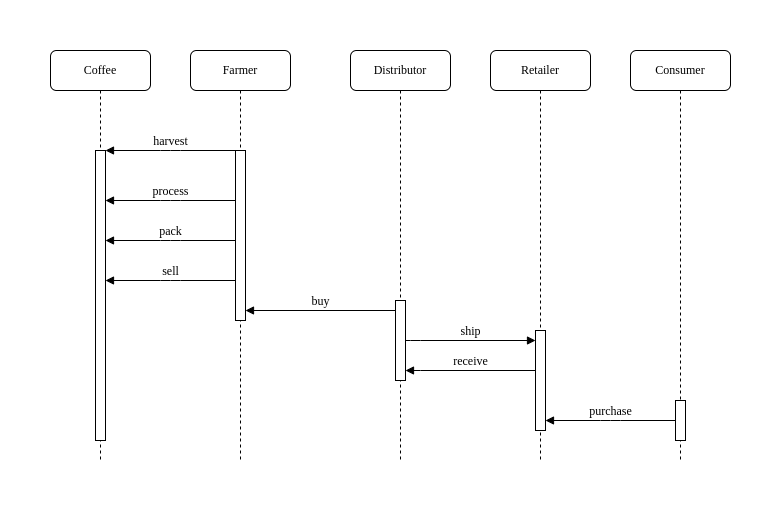
The draw.io diagram diagrams/Sequence Diagram.png in Symyon/supply-chain-dapp, before a commit. Source tidied: cells renumbered, new cells last; positions are measured from the earlier drawing's top-left corner, leaving out a move shared by most shapes.
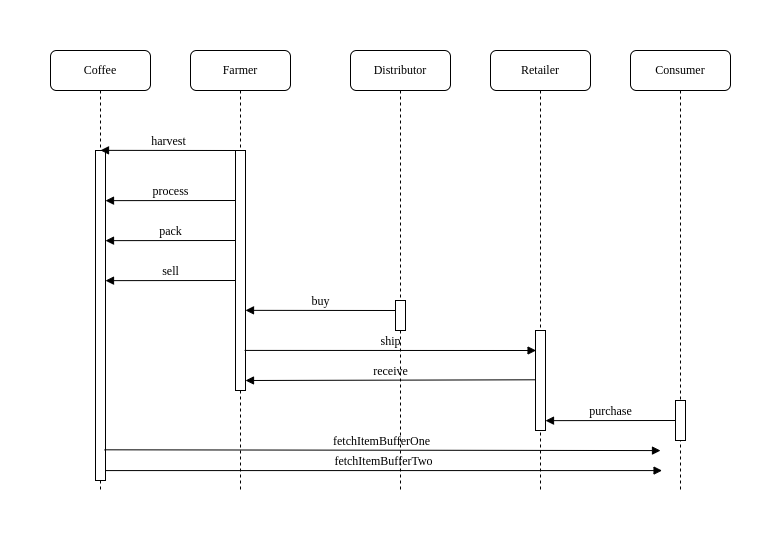
Later version of the same file.

Commit message:
fixed imports, modified squence diagram

What changed in the source:
```diff
@@ -3,10 +3,10 @@
     <mxCell id="0" />
     <mxCell id="1" parent="0" />
     <mxCell id="2" value="Farmer" style="shape=umlLifeline;perimeter=lifelinePerimeter;whiteSpace=wrap;html=1;rounded=1;shadow=0;comic=0;labelBackgroundColor=none;strokeWidth=1;fontFamily=Verdana;fontSize=12;align=center;" parent="1" vertex="1">
-      <mxGeometry x="140" width="100" height="410" as="geometry" />
+      <mxGeometry x="140" width="100" height="440" as="geometry" />
     </mxCell>
     <mxCell id="3" style="html=1;points=[];perimeter=orthogonalPerimeter;rounded=0;shadow=0;comic=0;labelBackgroundColor=none;strokeWidth=1;fontFamily=Verdana;fontSize=12;align=center;" parent="2" vertex="1">
-      <mxGeometry x="45" y="100" width="10" height="170" as="geometry" />
+      <mxGeometry x="45" y="100" width="10" height="240" as="geometry" />
     </mxCell>
     <mxCell id="4" value="pack" style="html=1;verticalAlign=bottom;endArrow=block;entryX=0;entryY=0;labelBackgroundColor=none;fontFamily=Verdana;fontSize=12;edgeStyle=elbowEdgeStyle;elbow=vertical;" parent="2" edge="1">
       <mxGeometry relative="1" as="geometry">
@@ -27,10 +27,10 @@
       </mxGeometry>
     </mxCell>
     <mxCell id="7" value="Distributor" style="shape=umlLifeline;perimeter=lifelinePerimeter;whiteSpace=wrap;html=1;rounded=1;shadow=0;comic=0;labelBackgroundColor=none;strokeWidth=1;fontFamily=Verdana;fontSize=12;align=center;" parent="1" vertex="1">
-      <mxGeometry x="300" width="100" height="410" as="geometry" />
+      <mxGeometry x="300" width="100" height="440" as="geometry" />
     </mxCell>
     <mxCell id="8" style="html=1;perimeter=orthogonalPerimeter;rounded=0;shadow=0;comic=0;labelBackgroundColor=none;strokeWidth=1;fontFamily=Verdana;fontSize=12;align=center;" parent="7" vertex="1">
-      <mxGeometry x="45" y="250" width="10" height="80" as="geometry" />
+      <mxGeometry x="45" y="250" width="10" height="30" as="geometry" />
     </mxCell>
     <mxCell id="9" value="buy" style="html=1;verticalAlign=bottom;endArrow=block;labelBackgroundColor=none;fontFamily=Verdana;fontSize=12;edgeStyle=elbowEdgeStyle;elbow=vertical;exitX=0;exitY=0;exitDx=0;exitDy=0;" parent="7" edge="1">
       <mxGeometry relative="1" as="geometry">
@@ -38,29 +38,11 @@
         <mxPoint x="-105" y="260" as="targetPoint" />
       </mxGeometry>
     </mxCell>
-    <mxCell id="10" value="receive" style="html=1;verticalAlign=bottom;endArrow=block;labelBackgroundColor=none;fontFamily=Verdana;fontSize=12;edgeStyle=elbowEdgeStyle;elbow=vertical;" parent="7" edge="1">
-      <mxGeometry relative="1" as="geometry">
-        <mxPoint x="185" y="320" as="sourcePoint" />
-        <mxPoint x="55" y="320" as="targetPoint" />
-        <Array as="points">
-          <mxPoint x="60" y="320" />
-        </Array>
-      </mxGeometry>
-    </mxCell>
     <mxCell id="11" value="Retailer" style="shape=umlLifeline;perimeter=lifelinePerimeter;whiteSpace=wrap;html=1;rounded=1;shadow=0;comic=0;labelBackgroundColor=none;strokeWidth=1;fontFamily=Verdana;fontSize=12;align=center;" parent="1" vertex="1">
-      <mxGeometry x="440" width="100" height="410" as="geometry" />
+      <mxGeometry x="440" width="100" height="440" as="geometry" />
     </mxCell>
-    <mxCell id="12" value="ship" style="html=1;verticalAlign=bottom;endArrow=block;labelBackgroundColor=none;fontFamily=Verdana;fontSize=12;edgeStyle=elbowEdgeStyle;elbow=vertical;" parent="11" edge="1">
-      <mxGeometry relative="1" as="geometry">
-        <mxPoint x="-85" y="290" as="sourcePoint" />
-        <mxPoint x="45" y="290" as="targetPoint" />
-        <Array as="points">
-          <mxPoint x="-80" y="290" />
-        </Array>
-      </mxGeometry>
-    </mxCell>
     <mxCell id="13" value="Consumer" style="shape=umlLifeline;perimeter=lifelinePerimeter;whiteSpace=wrap;html=1;rounded=1;shadow=0;comic=0;labelBackgroundColor=none;strokeWidth=1;fontFamily=Verdana;fontSize=12;align=center;" parent="1" vertex="1">
-      <mxGeometry x="580" width="100" height="410" as="geometry" />
+      <mxGeometry x="580" width="100" height="440" as="geometry" />
     </mxCell>
     <mxCell id="14" value="purchase" style="html=1;verticalAlign=bottom;endArrow=block;labelBackgroundColor=none;fontFamily=Verdana;fontSize=12;edgeStyle=elbowEdgeStyle;elbow=vertical;exitX=0;exitY=0;exitDx=0;exitDy=0;" parent="13" edge="1">
       <mxGeometry relative="1" as="geometry">
@@ -72,10 +54,10 @@
       <mxGeometry x="45" y="350" width="10" height="40" as="geometry" />
     </mxCell>
     <mxCell id="16" value="Coffee" style="shape=umlLifeline;perimeter=lifelinePerimeter;whiteSpace=wrap;html=1;rounded=1;shadow=0;comic=0;labelBackgroundColor=none;strokeWidth=1;fontFamily=Verdana;fontSize=12;align=center;" parent="1" vertex="1">
-      <mxGeometry width="100" height="410" as="geometry" />
+      <mxGeometry width="100" height="440" as="geometry" />
     </mxCell>
     <mxCell id="17" style="html=1;points=[];perimeter=orthogonalPerimeter;rounded=0;shadow=0;comic=0;labelBackgroundColor=none;strokeWidth=1;fontFamily=Verdana;fontSize=12;align=center;" parent="16" vertex="1">
-      <mxGeometry x="45" y="100" width="10" height="290" as="geometry" />
+      <mxGeometry x="45" y="100" width="10" height="330" as="geometry" />
     </mxCell>
     <mxCell id="18" style="html=1;points=[];perimeter=orthogonalPerimeter;rounded=0;shadow=0;comic=0;labelBackgroundColor=none;strokeWidth=1;fontFamily=Verdana;fontSize=12;align=center;" parent="1" vertex="1">
       <mxGeometry x="485" y="280" width="10" height="100" as="geometry" />
@@ -83,5 +65,39 @@
     <mxCell id="19" value="harvest" style="html=1;verticalAlign=bottom;endArrow=block;labelBackgroundColor=none;fontFamily=Verdana;fontSize=12;edgeStyle=elbowEdgeStyle;elbow=vertical;exitX=0;exitY=0;exitDx=0;exitDy=0;" parent="1" edge="1" source="3" target="17">
       <mxGeometry relative="1" as="geometry" />
     </mxCell>
+    <mxCell id="10" value="receive" style="html=1;verticalAlign=bottom;endArrow=block;labelBackgroundColor=none;fontFamily=Verdana;fontSize=12;edgeStyle=elbowEdgeStyle;elbow=vertical;exitX=-0.029;exitY=0.493;exitDx=0;exitDy=0;exitPerimeter=0;" parent="1" edge="1" source="18" target="3">
+      <mxGeometry relative="1" as="geometry">
+        <Array as="points">
+          <mxPoint x="290" y="330" />
+          <mxPoint x="360" y="320" />
+        </Array>
+      </mxGeometry>
+    </mxCell>
+    <mxCell id="12" value="ship" style="html=1;verticalAlign=bottom;endArrow=block;labelBackgroundColor=none;fontFamily=Verdana;fontSize=12;edgeStyle=elbowEdgeStyle;elbow=vertical;exitX=0.914;exitY=0.833;exitDx=0;exitDy=0;exitPerimeter=0;entryX=0.057;entryY=0.207;entryDx=0;entryDy=0;entryPerimeter=0;" parent="1" edge="1" source="3" target="18">
+      <mxGeometry relative="1" as="geometry">
+        <Array as="points">
+          <mxPoint x="390" y="300" />
+          <mxPoint x="360" y="290" />
+        </Array>
+      </mxGeometry>
+    </mxCell>
+    <mxCell id="20" value="fetchItemBufferOne" style="html=1;verticalAlign=bottom;endArrow=block;labelBackgroundColor=none;fontFamily=Verdana;fontSize=12;edgeStyle=elbowEdgeStyle;elbow=vertical;exitX=0.886;exitY=0.907;exitDx=0;exitDy=0;exitPerimeter=0;" parent="1" edge="1" source="17">
+      <mxGeometry relative="1" as="geometry">
+        <mxPoint x="610" y="400" as="targetPoint" />
+        <Array as="points">
+          <mxPoint x="275.9" y="400.1" />
+          <mxPoint x="245.9" y="390.1" />
+        </Array>
+      </mxGeometry>
+    </mxCell>
+    <mxCell id="21" value="fetchItemBufferTwo" style="html=1;verticalAlign=bottom;endArrow=block;labelBackgroundColor=none;fontFamily=Verdana;fontSize=12;edgeStyle=elbowEdgeStyle;elbow=vertical;" parent="1" edge="1" source="17">
+      <mxGeometry relative="1" as="geometry">
+        <mxPoint x="611.6" y="420" as="targetPoint" />
+        <Array as="points">
+          <mxPoint x="277.4" y="420.1" />
+          <mxPoint x="247.4" y="410.1" />
+        </Array>
+      </mxGeometry>
+    </mxCell>
   </root>
 </mxGraphModel>
```
